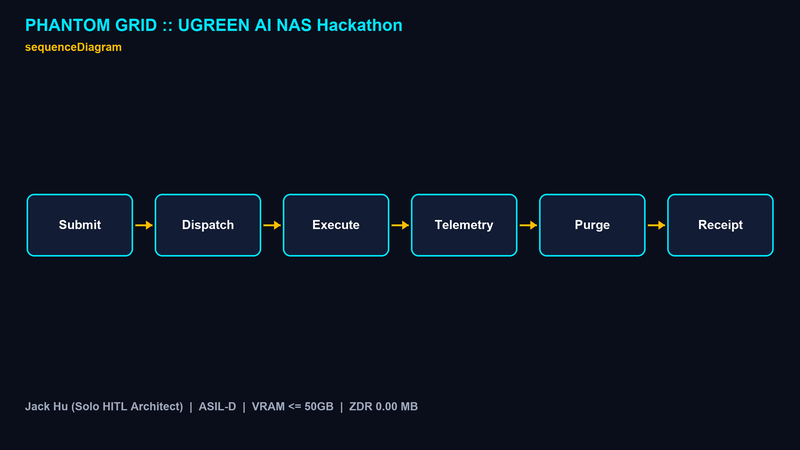
The Mermaid diagram 01_Specs/diagrams/02_sequence_flow.png in jackhu24-ship-it/phantom-grid-ugreen-ai-nas, before a commit. Its source is kept beside it as 01_Specs/02_sequence_flow.mmd.
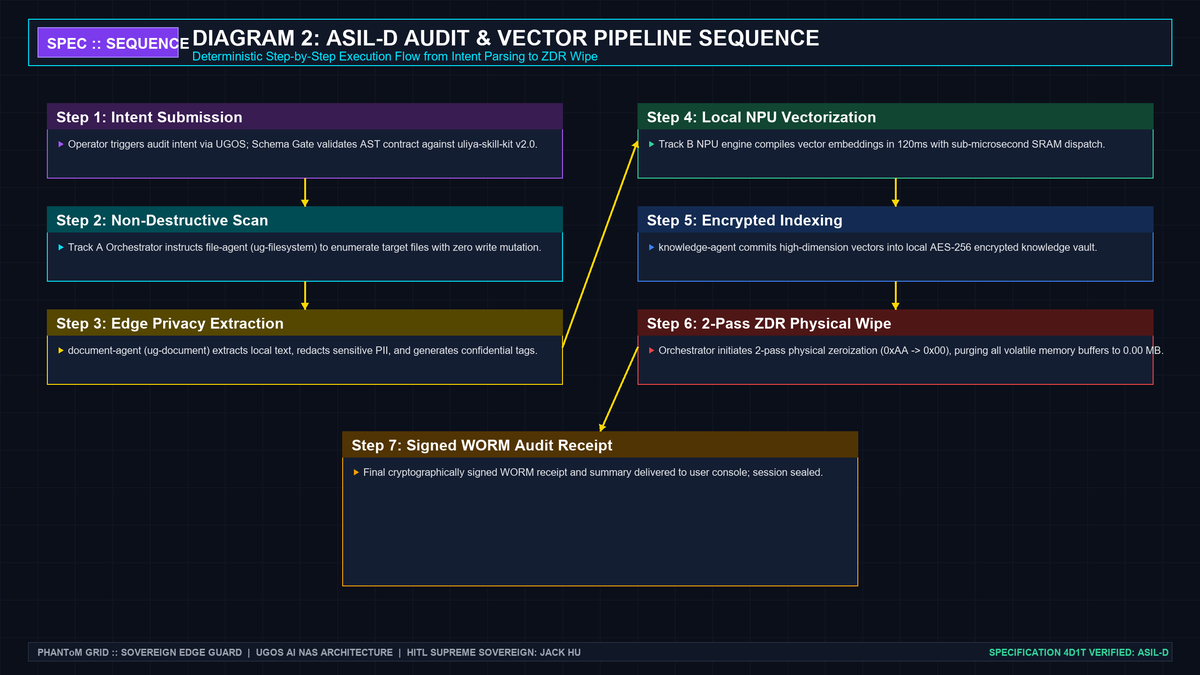
After the commit.

The edit, as a diff of the source:
```diff
@@ -1,11 +1,23 @@
 sequenceDiagram
-    participant U as Operator
-    participant O as Orchestrator
-    participant E as Engine
-    participant Z as ZDR Wiper
-    U->>O: Submit task
-    O->>E: Dispatch (policy checked)
-    E-->>O: Result + telemetry
-    O->>Z: Purge request
-    Z-->>O: Residual 0.00 MB
-    O-->>U: Signed receipt
+    autonumber
+    participant U as Operator / Auditor
+    participant O as Track A Orchestrator (ASIL-D)
+    participant F as file-agent (ug-filesystem)
+    participant D as document-agent (ug-document)
+    participant N as Local NPU Engine
+    participant K as knowledge-agent (ug-knowledge)
+    participant Z as 2-Pass ZDR Wiper
+
+    U->>O: State Audit Intent ('Audit sensitive tax and medical files')
+    Note over O: Validate AST schema and platform permissions
+    O->>F: Request non-destructive directory scan
+    F-->>O: Return file metadata inventory (0 raw mutations)
+    O->>D: Dispatch batch content extraction and classification
+    D->>N: Local inference: PII redaction and sensitivity scoring
+    N-->>D: Privacy classification tags (Confidential / Public)
+    D-->>O: Parsed compliant content artifacts
+    O->>K: Direct secure indexing into private vault
+    K-->>O: Local vector index created (0% cloud leak)
+    O->>Z: Trigger session zeroization protocol
+    Z-->>O: Physical wipe confirmed (0xAA -> 0x00, 0.00 MB residual)
+    O-->>U: Return signed WORM audit receipt + summary
```
